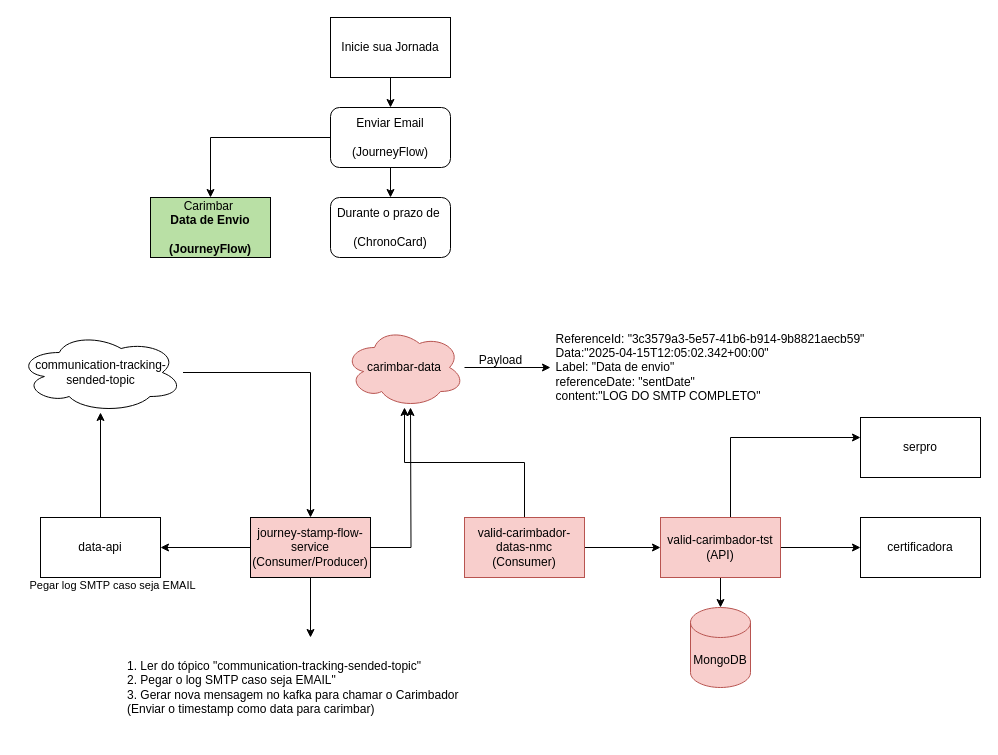
Before: page "Desenho Jornada Carimbo Envio de Email com Back" (3 of 5) of Diagrama Journey.drawio in caio-bueno/draws-valid, a draw.io diagram. Source tidied: cells renumbered, new cells numbered last; positions are measured from the earlier drawing's top-left corner, leaving out a move shared by most shapes. Both pictures are drawn from the tidied source at 100%, with x=0, y=0 at pixel (18, 17).
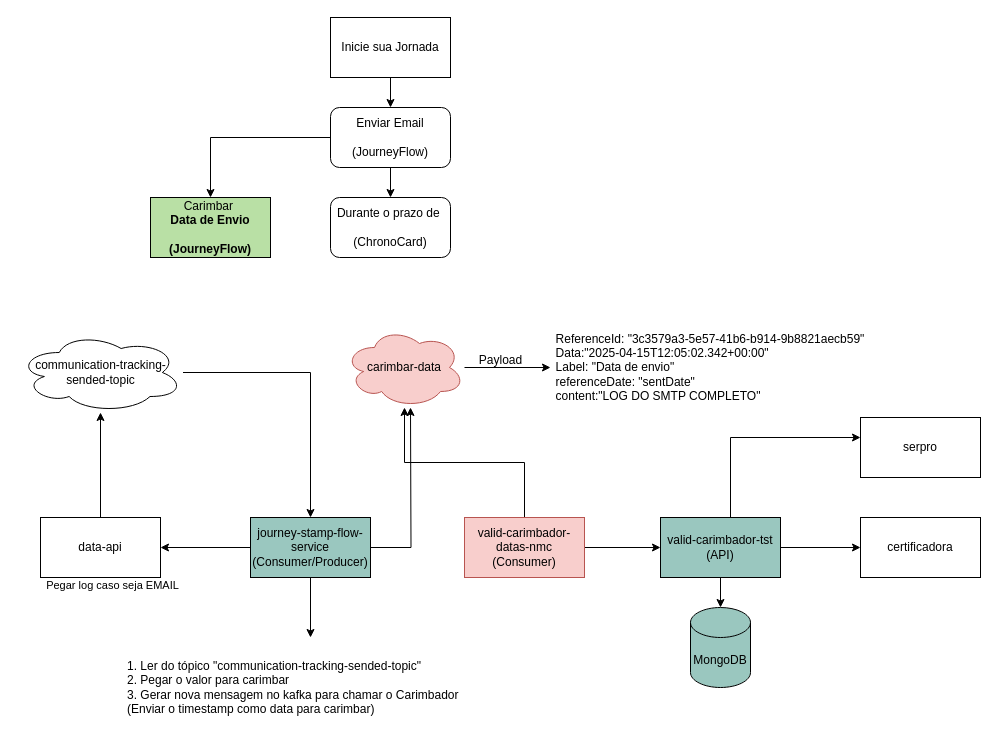
After the change.

Unchanged cells that the change refers to:
```xml
<mxCell id="12" style="edgeStyle=orthogonalEdgeStyle;rounded=0;jettySize=auto;html=1;" parent="1" edge="1" source="14" target="16">
  <mxGeometry relative="1" as="geometry" />
</mxCell>
```

Change to the diagram source:
```diff
@@
-    <mxCell id="9" value="1. Ler do tópico &quot;communication-tracking-sended-topic&quot;&lt;div style=&quot;&quot;&gt;&lt;span style=&quot;background-color: transparent; color: light-dark(rgb(0, 0, 0), rgb(255, 255, 255));&quot;&gt;2. Pegar o log SMTP caso seja EMAIL&quot;&lt;/span&gt;&lt;/div&gt;&lt;div&gt;&lt;span style=&quot;background-color: transparent; color: light-dark(rgb(0, 0, 0), rgb(255, 255, 255));&quot;&gt;3. Gerar nova mensagem no kafka para chamar o Carimbador (&lt;/span&gt;&lt;span style=&quot;background-color: transparent; color: light-dark(rgb(0, 0, 0), rgb(255, 255, 255));&quot;&gt;Enviar o timestamp como data para carimbar)&lt;/span&gt;&lt;/div&gt;" style="text;html=1;align=left;verticalAlign=middle;whiteSpace=wrap;rounded=0;" parent="1" vertex="1">
+    <mxCell id="9" value="1. Ler do tópico &quot;communication-tracking-sended-topic&quot;&lt;div style=&quot;&quot;&gt;&lt;span style=&quot;background-color: transparent; color: light-dark(rgb(0, 0, 0), rgb(255, 255, 255));&quot;&gt;2. Pegar o valor para carimbar&amp;nbsp;&lt;/span&gt;&lt;/div&gt;&lt;div&gt;&lt;span style=&quot;background-color: transparent; color: light-dark(rgb(0, 0, 0), rgb(255, 255, 255));&quot;&gt;3. Gerar nova mensagem no kafka para chamar o Carimbador (&lt;/span&gt;&lt;span style=&quot;background-color: transparent; color: light-dark(rgb(0, 0, 0), rgb(255, 255, 255));&quot;&gt;Enviar o timestamp como data para carimbar)&lt;/span&gt;&lt;/div&gt;" style="text;html=1;align=left;verticalAlign=middle;whiteSpace=wrap;rounded=0;" parent="1" vertex="1">
       <mxGeometry x="107" y="620" width="370" height="100" as="geometry" />
     </mxCell>
@@
-    <mxCell id="13" value="&lt;div&gt;&lt;br&gt;&lt;/div&gt;Pegar log SMTP caso seja EMAIL" style="edgeLabel;html=1;align=center;verticalAlign=middle;" parent="12" vertex="1">
+    <mxCell id="13" value="&lt;div&gt;&lt;br&gt;&lt;/div&gt;Pegar log caso seja EMAIL" style="edgeLabel;html=1;align=center;verticalAlign=middle;" parent="12" vertex="1">
       <mxGeometry x="-0.19" relative="1" as="geometry">
         <mxPoint x="-103" y="30" as="offset" />
       </mxGeometry>
     </mxCell>
-    <mxCell id="14" value="journey-stamp-flow-service&lt;div&gt;(Consumer/Producer)&lt;/div&gt;" style="rounded=0;whiteSpace=wrap;html=1;fillColor=#F8CECC;" parent="1" vertex="1">
+    <mxCell id="14" value="journey-stamp-flow-service&lt;div&gt;(Consumer/Producer)&lt;/div&gt;" style="rounded=0;whiteSpace=wrap;html=1;fillColor=#9AC7BF;" parent="1" vertex="1">
       <mxGeometry x="232" y="500" width="120" height="60" as="geometry" />
     </mxCell>
@@
-    <mxCell id="27" value="valid-carimbador-tst&lt;div&gt;(API)&lt;/div&gt;" style="rounded=0;whiteSpace=wrap;html=1;fillColor=#f8cecc;strokeColor=#b85450;" parent="1" vertex="1">
+    <mxCell id="27" value="valid-carimbador-tst&lt;div&gt;(API)&lt;/div&gt;" style="rounded=0;whiteSpace=wrap;html=1;fillColor=#9AC7BF;strokeColor=#000000;" parent="1" vertex="1">
       <mxGeometry x="642" y="500" width="120" height="60" as="geometry" />
     </mxCell>
@@
-    <mxCell id="29" value="MongoDB" style="shape=cylinder3;whiteSpace=wrap;html=1;boundedLbl=1;backgroundOutline=1;size=15;fillColor=#f8cecc;strokeColor=#b85450;" parent="1" vertex="1">
+    <mxCell id="29" value="MongoDB" style="shape=cylinder3;whiteSpace=wrap;html=1;boundedLbl=1;backgroundOutline=1;size=15;fillColor=#9AC7BF;strokeColor=#000000;" parent="1" vertex="1">
       <mxGeometry x="672" y="590" width="60" height="80" as="geometry" />
     </mxCell>
```
